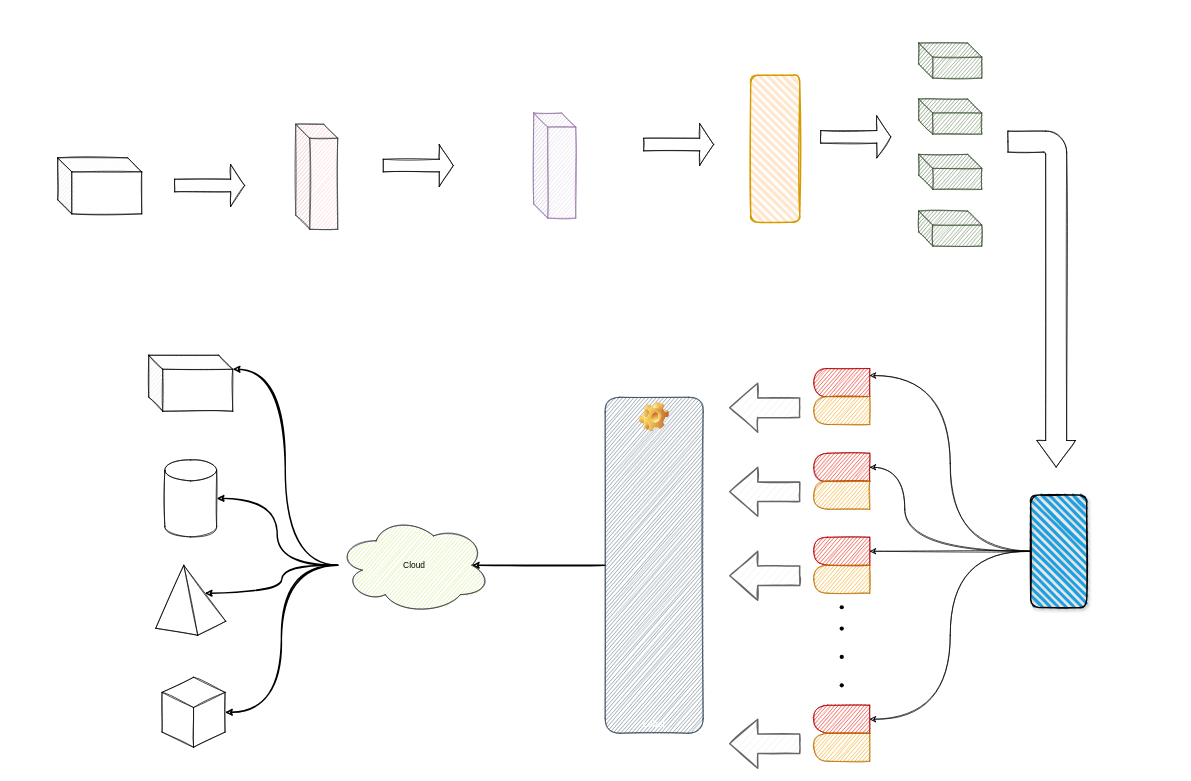
This is Untitled Diagram.drawio from yzfzzz/DrawImage, a draw.io file, before an edit. Source tidied: cells renumbered, new cells numbered last; positions are measured from the earlier drawing's top-left corner, leaving out a move shared by most shapes. Both pictures are drawn from the tidied source at 70%, with x=0, y=0 at pixel (57, 43).
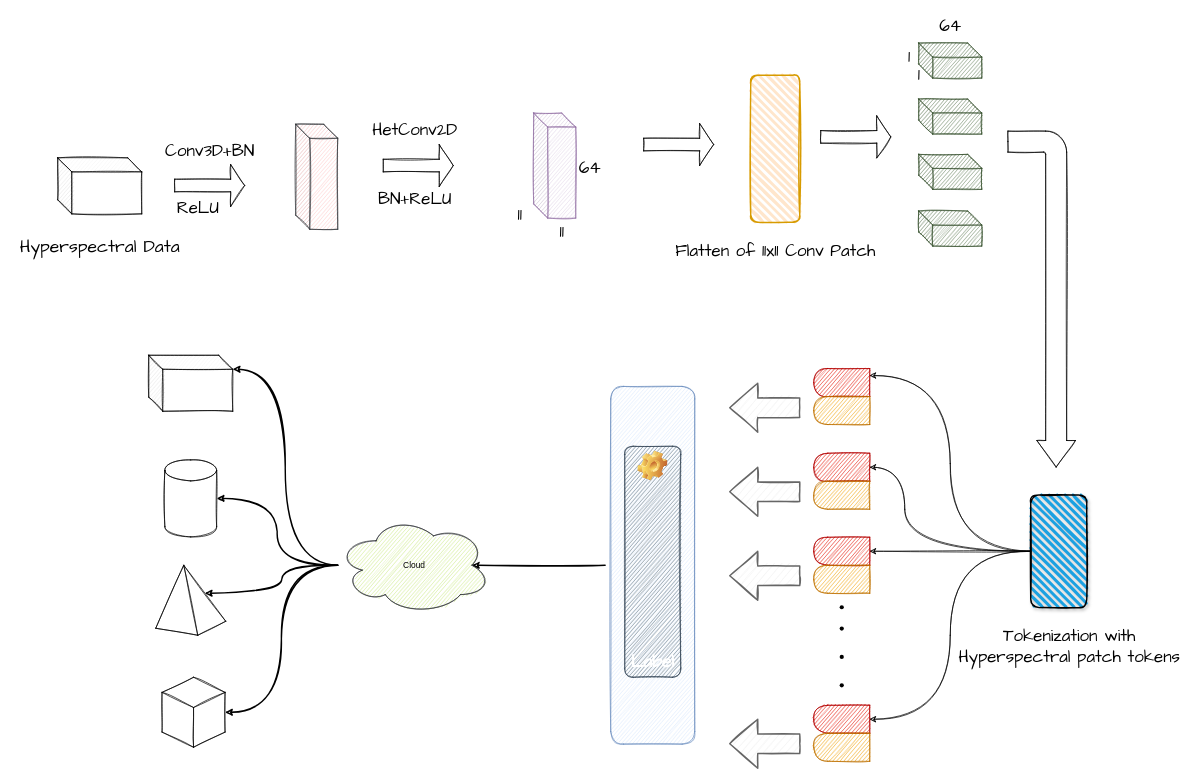
Above is the later version.

The change refers to these unchanged cells:
```xml
<mxCell id="30" value="Cloud" style="ellipse;shape=cloud;whiteSpace=wrap;html=1;align=center;shadow=0;sketch=1;fillColor=#cdeb8b;strokeColor=#36393d;" parent="1" vertex="1">
  <mxGeometry x="400" y="676" width="219" height="140" as="geometry" />
</mxCell>
```

Diff of the diagram source:
```diff
@@
-    <mxCell id="24" style="edgeStyle=orthogonalEdgeStyle;curved=1;sketch=1;jettySize=auto;html=1;entryX=0.875;entryY=0.5;entryDx=0;entryDy=0;entryPerimeter=0;strokeWidth=2;" parent="1" edge="1" source="25" target="30">
-      <mxGeometry relative="1" as="geometry" />
+    <mxCell id="24" style="edgeStyle=orthogonalEdgeStyle;curved=1;sketch=1;jettySize=auto;html=1;entryX=0.875;entryY=0.5;entryDx=0;entryDy=0;entryPerimeter=0;strokeWidth=2;" parent="1" edge="1" target="30">
+      <mxGeometry relative="1" as="geometry">
+        <mxPoint x="782" y="746" as="sourcePoint" />
+      </mxGeometry>
     </mxCell>
-    <mxCell id="25" value="Label" style="label;whiteSpace=wrap;html=1;align=center;verticalAlign=bottom;spacingLeft=0;spacingBottom=4;imageAlign=center;imageVerticalAlign=top;image=img/clipart/Gear_128x128.png;shadow=0;sketch=1;fillColor=#647687;strokeColor=#314354;fontColor=#ffffff;" parent="1" vertex="1">
-      <mxGeometry x="782" y="506" width="140" height="480" as="geometry" />
-    </mxCell>
@@
+    <mxCell id="52" value="&lt;font style=&quot;font-size: 25px;&quot;&gt;Hyperspectral Data&lt;/font&gt;" style="text;html=1;align=center;verticalAlign=middle;strokeColor=none;fillColor=none;fontFamily=Comic Sans MS;fontStyle=0;fontSize=20;" parent="1" vertex="1">
+      <mxGeometry x="-65" y="276" width="250" height="30" as="geometry" />
+    </mxCell>
+    <mxCell id="53" value="&lt;span style=&quot;font-weight: normal;&quot;&gt;Conv3D+BN&lt;/span&gt;" style="text;strokeColor=none;fillColor=none;html=1;fontSize=24;fontStyle=1;verticalAlign=middle;align=center;shadow=0;sketch=1;fontFamily=Comic Sans MS;" parent="1" vertex="1">
+      <mxGeometry x="167" y="135" width="100" height="40" as="geometry" />
+    </mxCell>
+    <mxCell id="54" value="&lt;span style=&quot;font-weight: normal; font-style: normal;&quot;&gt;ReLU&lt;/span&gt;" style="text;strokeColor=none;fillColor=none;html=1;fontSize=24;fontStyle=3;verticalAlign=middle;align=center;shadow=0;sketch=1;fontFamily=Comic Sans MS;" parent="1" vertex="1">
+      <mxGeometry x="150" y="216" width="100" height="40" as="geometry" />
+    </mxCell>
+    <mxCell id="55" value="&lt;span style=&quot;font-weight: 400;&quot;&gt;HetConv2D&lt;/span&gt;" style="text;strokeColor=none;fillColor=none;html=1;fontSize=24;fontStyle=1;verticalAlign=middle;align=center;shadow=0;sketch=1;fontFamily=Comic Sans MS;" parent="1" vertex="1">
+      <mxGeometry x="459.5" y="105" width="100" height="40" as="geometry" />
+    </mxCell>
+    <mxCell id="56" value="&lt;span style=&quot;font-weight: 400;&quot;&gt;BN+ReLU&lt;/span&gt;" style="text;strokeColor=none;fillColor=none;html=1;fontSize=24;fontStyle=1;verticalAlign=middle;align=center;shadow=0;sketch=1;fontFamily=Comic Sans MS;" parent="1" vertex="1">
+      <mxGeometry x="459.5" y="204" width="100" height="40" as="geometry" />
+    </mxCell>
+    <mxCell id="57" value="&lt;span style=&quot;font-weight: normal;&quot;&gt;64&lt;/span&gt;" style="text;strokeColor=none;fillColor=none;html=1;fontSize=24;fontStyle=1;verticalAlign=middle;align=center;shadow=0;sketch=1;fontFamily=Comic Sans MS;" parent="1" vertex="1">
+      <mxGeometry x="710" y="159" width="100" height="40" as="geometry" />
+    </mxCell>
+    <mxCell id="58" value="&lt;span style=&quot;font-weight: normal;&quot;&gt;11&lt;/span&gt;" style="text;strokeColor=none;fillColor=none;html=1;fontSize=24;fontStyle=1;verticalAlign=middle;align=center;shadow=0;sketch=1;fontFamily=Comic Sans MS;" parent="1" vertex="1">
+      <mxGeometry x="670" y="250" width="100" height="40" as="geometry" />
+    </mxCell>
+    <mxCell id="59" value="&lt;span style=&quot;font-weight: normal;&quot;&gt;11&lt;/span&gt;" style="text;strokeColor=none;fillColor=none;html=1;fontSize=24;fontStyle=1;verticalAlign=middle;align=center;shadow=0;sketch=1;fontFamily=Comic Sans MS;" parent="1" vertex="1">
+      <mxGeometry x="610" y="226" width="100" height="40" as="geometry" />
+    </mxCell>
+    <mxCell id="60" value="&lt;div style=&quot;&quot;&gt;&lt;span style=&quot;font-weight: 400; background-color: initial;&quot;&gt;Flatten of 11x11 Conv Patch&lt;/span&gt;&lt;/div&gt;" style="text;strokeColor=none;fillColor=none;html=1;fontSize=24;fontStyle=1;verticalAlign=middle;align=center;shadow=0;sketch=1;fontFamily=Comic Sans MS;" parent="1" vertex="1">
+      <mxGeometry x="975" y="278" width="100" height="40" as="geometry" />
+    </mxCell>
+    <mxCell id="61" value="&lt;span style=&quot;font-weight: normal;&quot;&gt;1&lt;/span&gt;" style="text;strokeColor=none;fillColor=none;html=1;fontSize=24;fontStyle=1;verticalAlign=middle;align=center;shadow=0;sketch=1;fontFamily=Comic Sans MS;" parent="1" vertex="1">
+      <mxGeometry x="1165.6" width="100" height="40" as="geometry" />
+    </mxCell>
+    <mxCell id="62" value="&lt;span style=&quot;font-weight: normal;&quot;&gt;1&lt;/span&gt;" style="text;strokeColor=none;fillColor=none;html=1;fontSize=24;fontStyle=1;verticalAlign=middle;align=center;shadow=0;sketch=1;fontFamily=Comic Sans MS;" parent="1" vertex="1">
+      <mxGeometry x="1180" y="26" width="100" height="40" as="geometry" />
+    </mxCell>
+    <mxCell id="63" value="&lt;span style=&quot;font-weight: normal;&quot;&gt;64&lt;/span&gt;" style="text;strokeColor=none;fillColor=none;html=1;fontSize=24;fontStyle=1;verticalAlign=middle;align=center;shadow=0;sketch=1;fontFamily=Comic Sans MS;" parent="1" vertex="1">
+      <mxGeometry x="1225" y="-44" width="100" height="40" as="geometry" />
+    </mxCell>
+    <mxCell id="64" value="&lt;span style=&quot;font-weight: 400;&quot;&gt;Tokenization with &lt;br&gt;Hyperspectral patch tokens&lt;/span&gt;" style="text;strokeColor=none;fillColor=none;html=1;fontSize=24;fontStyle=1;verticalAlign=middle;align=center;shadow=0;sketch=1;fontFamily=Comic Sans MS;" parent="1" vertex="1">
+      <mxGeometry x="1400" y="832" width="90" height="60" as="geometry" />
+    </mxCell>
+    <mxCell id="65" style="rounded=1;whiteSpace=wrap;html=1;shadow=0;sketch=1;fontFamily=Comic Sans MS;fontSize=25;fillColor=#dae8fc;strokeColor=#6c8ebf;" parent="1" vertex="1">
+      <mxGeometry x="790" y="490.5" width="120" height="511" as="geometry" />
+    </mxCell>
+    <mxCell id="25" value="Label" style="label;whiteSpace=wrap;html=1;align=center;verticalAlign=bottom;spacingLeft=0;spacingBottom=4;imageAlign=center;imageVerticalAlign=top;image=img/clipart/Gear_128x128.png;shadow=0;sketch=1;fontFamily=Comic Sans MS;fontSize=25;strokeColor=#314354;fillColor=#647687;fontColor=#ffffff;" parent="1" vertex="1">
+      <mxGeometry x="810" y="576" width="80" height="330" as="geometry" />
+    </mxCell>
```
